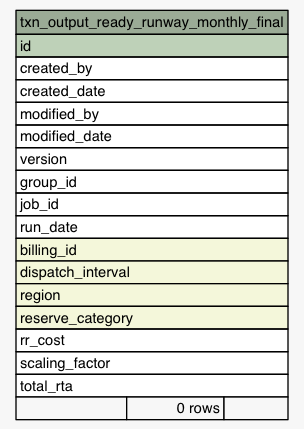
Before: Data/settlement/diagrams/summary/txn_output_ready_runway_monthly_final.1degree.png, a diagram exported from Graphviz (eyana-m/python-data-dictionary-writer). Its source is kept beside it as Data/settlement/diagrams/summary/txn_output_ready_runway_monthly_final.1degree.dot. The source it was exported from:
```dot
digraph "txn_output_ready_runway_monthly_final" {
  graph [
    rankdir="RL"
    bgcolor="#f7f7f7"
    nodesep="0.18"
    ranksep="0.46"
    fontname="Helvetica"
    fontsize="11"
  ];
  node [
    fontname="Helvetica"
    fontsize="11"
    shape="plaintext"
  ];
  edge [
    arrowsize="0.8"
  ];
  "txn_output_ready_runway_monthly_final" [
    label=<
    <TABLE BORDER="0" CELLBORDER="1" CELLSPACING="0" BGCOLOR="#ffffff">
      <TR><TD COLSPAN="3" BGCOLOR="#9bab96" ALIGN="CENTER">txn_output_ready_runway_monthly_final</TD></TR>
      <TR><TD PORT="id" COLSPAN="3" BGCOLOR="#bed1b8" ALIGN="LEFT">id</TD></TR>
      <TR><TD PORT="created_by" COLSPAN="3" ALIGN="LEFT">created_by</TD></TR>
      <TR><TD PORT="created_date" COLSPAN="3" ALIGN="LEFT">created_date</TD></TR>
      <TR><TD PORT="modified_by" COLSPAN="3" ALIGN="LEFT">modified_by</TD></TR>
      <TR><TD PORT="modified_date" COLSPAN="3" ALIGN="LEFT">modified_date</TD></TR>
      <TR><TD PORT="version" COLSPAN="3" ALIGN="LEFT">version</TD></TR>
      <TR><TD PORT="group_id" COLSPAN="3" ALIGN="LEFT">group_id</TD></TR>
      <TR><TD PORT="job_id" COLSPAN="3" ALIGN="LEFT">job_id</TD></TR>
      <TR><TD PORT="run_date" COLSPAN="3" ALIGN="LEFT">run_date</TD></TR>
      <TR><TD PORT="billing_id" COLSPAN="3" BGCOLOR="#f4f7da" ALIGN="LEFT">billing_id</TD></TR>
      <TR><TD PORT="dispatch_interval" COLSPAN="3" BGCOLOR="#f4f7da" ALIGN="LEFT">dispatch_interval</TD></TR>
      <TR><TD PORT="region" COLSPAN="3" BGCOLOR="#f4f7da" ALIGN="LEFT">region</TD></TR>
      <TR><TD PORT="reserve_category" COLSPAN="3" BGCOLOR="#f4f7da" ALIGN="LEFT">reserve_category</TD></TR>
      <TR><TD PORT="rr_cost" COLSPAN="3" ALIGN="LEFT">rr_cost</TD></TR>
      <TR><TD PORT="scaling_factor" COLSPAN="3" ALIGN="LEFT">scaling_factor</TD></TR>
      <TR><TD PORT="total_rta" COLSPAN="3" ALIGN="LEFT">total_rta</TD></TR>
      <TR><TD ALIGN="LEFT" BGCOLOR="#f7f7f7">  </TD><TD ALIGN="RIGHT" BGCOLOR="#f7f7f7">0 rows</TD><TD ALIGN="RIGHT" BGCOLOR="#f7f7f7">  </TD></TR>
    </TABLE>>
    URL="tables/txn_output_ready_runway_monthly_final.html"
    tooltip="txn_output_ready_runway_monthly_final"
  ];
}
```
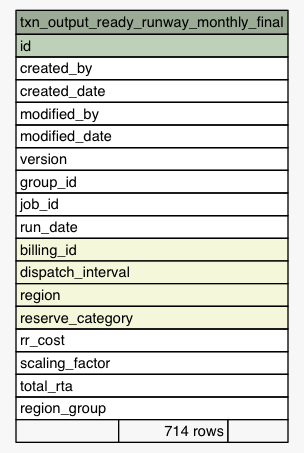
After the commit.

Change to the diagram source:
```diff
@@ -35,7 +35,8 @@
       <TR><TD PORT="rr_cost" COLSPAN="3" ALIGN="LEFT">rr_cost</TD></TR>
       <TR><TD PORT="scaling_factor" COLSPAN="3" ALIGN="LEFT">scaling_factor</TD></TR>
       <TR><TD PORT="total_rta" COLSPAN="3" ALIGN="LEFT">total_rta</TD></TR>
-      <TR><TD ALIGN="LEFT" BGCOLOR="#f7f7f7">  </TD><TD ALIGN="RIGHT" BGCOLOR="#f7f7f7">0 rows</TD><TD ALIGN="RIGHT" BGCOLOR="#f7f7f7">  </TD></TR>
+      <TR><TD PORT="region_group" COLSPAN="3" ALIGN="LEFT">region_group</TD></TR>
+      <TR><TD ALIGN="LEFT" BGCOLOR="#f7f7f7">  </TD><TD ALIGN="RIGHT" BGCOLOR="#f7f7f7">714 rows</TD><TD ALIGN="RIGHT" BGCOLOR="#f7f7f7">  </TD></TR>
     </TABLE>>
     URL="tables/txn_output_ready_runway_monthly_final.html"
     tooltip="txn_output_ready_runway_monthly_final"
```
